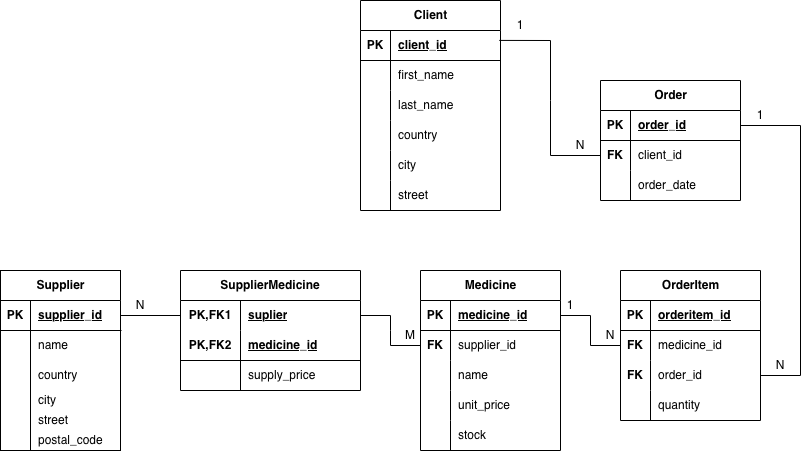
This is Lab2/dbschema.png from kpask/database-systems, a draw.io export, as it was before one commit. Source tidied: cells renumbered, new cells last; positions are measured from the earlier drawing's top-left corner, leaving out a move shared by most shapes.
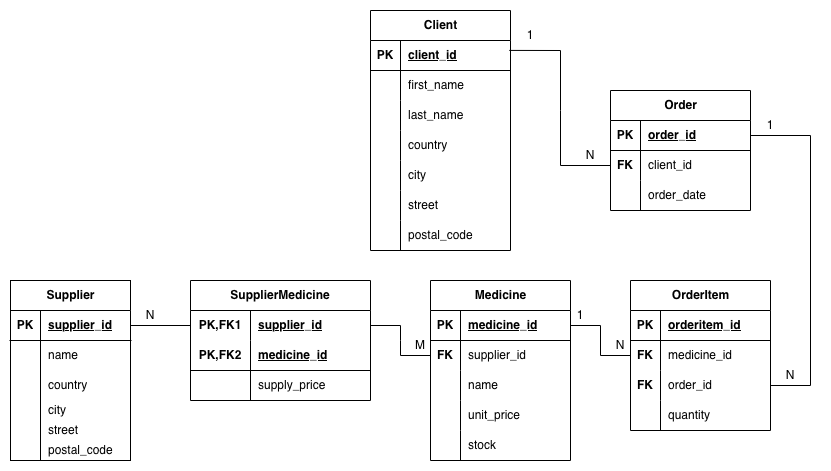
After the commit.

Commit message:
Add schema.sql to create tables, update fix ER model mistakes

The edit, as a diff of the source:
```diff
@@ -2,7 +2,7 @@
   <root>
     <mxCell id="0" />
     <mxCell id="1" parent="0" />
-    <mxCell id="2" value="Supplier" style="shape=table;startSize=30;rowLines=0;fontStyle=1;align=center;html=1;" parent="1" vertex="1">
+    <mxCell id="2" value="Supplier" style="shape=table;startSize=30;rowLines=0;fontStyle=1;align=center;html=1;shadow=0;rounded=0;" parent="1" vertex="1">
       <mxGeometry y="270" width="120" height="180" as="geometry" />
     </mxCell>
     <mxCell id="3" style="shape=tableRow;horizontal=0;startSize=0;swimlaneHead=0;swimlaneBody=0;fillColor=none;points=[[0,0.5],[1,0.5]];portConstraint=eastwest;top=0;left=0;right=0;bottom=1;" parent="2" vertex="1">
@@ -177,7 +177,7 @@
       <mxGeometry x="30" width="110" height="30" as="geometry" />
     </mxCell>
     <mxCell id="60" value="Client" style="shape=table;startSize=30;rowLines=0;fontStyle=1;align=center;html=1;" parent="1" vertex="1">
-      <mxGeometry x="360" width="140" height="210" as="geometry" />
+      <mxGeometry x="360" width="140" height="240" as="geometry" />
     </mxCell>
     <mxCell id="61" style="shape=tableRow;horizontal=0;startSize=0;swimlaneHead=0;swimlaneBody=0;fillColor=none;top=0;left=0;right=0;bottom=1;" parent="60" vertex="1">
       <mxGeometry y="30" width="140" height="30" as="geometry" />
@@ -233,6 +233,15 @@
     <mxCell id="78" value="street" style="shape=partialRectangle;fillColor=none;top=0;left=0;bottom=0;right=0;align=left;spacingLeft=6;overflow=hidden;whiteSpace=wrap;html=1;" parent="76" vertex="1">
       <mxGeometry x="30" width="110" height="30" as="geometry" />
     </mxCell>
+    <mxCell id="102" style="shape=tableRow;horizontal=0;startSize=0;swimlaneHead=0;swimlaneBody=0;fillColor=none;top=0;left=0;right=0;bottom=0;" parent="60" vertex="1">
+      <mxGeometry y="210" width="140" height="30" as="geometry" />
+    </mxCell>
+    <mxCell id="103" style="shape=partialRectangle;fillColor=none;top=0;left=0;bottom=0;right=0;overflow=hidden;whiteSpace=wrap;html=1;" parent="102" vertex="1">
+      <mxGeometry width="30" height="30" as="geometry" />
+    </mxCell>
+    <mxCell id="104" value="postal_code" style="shape=partialRectangle;fillColor=none;top=0;left=0;bottom=0;right=0;align=left;spacingLeft=6;overflow=hidden;whiteSpace=wrap;html=1;" parent="102" vertex="1">
+      <mxGeometry x="30" width="110" height="30" as="geometry" />
+    </mxCell>
     <mxCell id="79" style="endArrow=none;html=1;rounded=0;exitX=1;exitY=0.5;exitDx=0;exitDy=0;entryX=0;entryY=0.5;entryDx=0;entryDy=0;" parent="1" edge="1" source="92" target="25">
       <mxGeometry relative="1" as="geometry">
         <Array as="points">
@@ -301,7 +310,7 @@
     <mxCell id="93" value="PK,FK1" style="shape=partialRectangle;fillColor=none;top=0;left=0;bottom=0;right=0;fontStyle=1;overflow=hidden;html=1;whiteSpace=wrap;" parent="92" vertex="1">
       <mxGeometry width="60" height="30" as="geometry" />
     </mxCell>
-    <mxCell id="94" value="suplier" style="shape=partialRectangle;fillColor=none;top=0;left=0;bottom=0;right=0;align=left;spacingLeft=6;fontStyle=5;overflow=hidden;html=1;whiteSpace=wrap;" parent="92" vertex="1">
+    <mxCell id="94" value="supplier_id" style="shape=partialRectangle;fillColor=none;top=0;left=0;bottom=0;right=0;align=left;spacingLeft=6;fontStyle=5;overflow=hidden;html=1;whiteSpace=wrap;" parent="92" vertex="1">
       <mxGeometry x="60" width="120" height="30" as="geometry" />
     </mxCell>
     <mxCell id="95" style="shape=tableRow;horizontal=0;startSize=0;swimlaneHead=0;swimlaneBody=0;fillColor=none;top=0;left=0;right=0;bottom=1;html=1;" parent="91" vertex="1">
```
